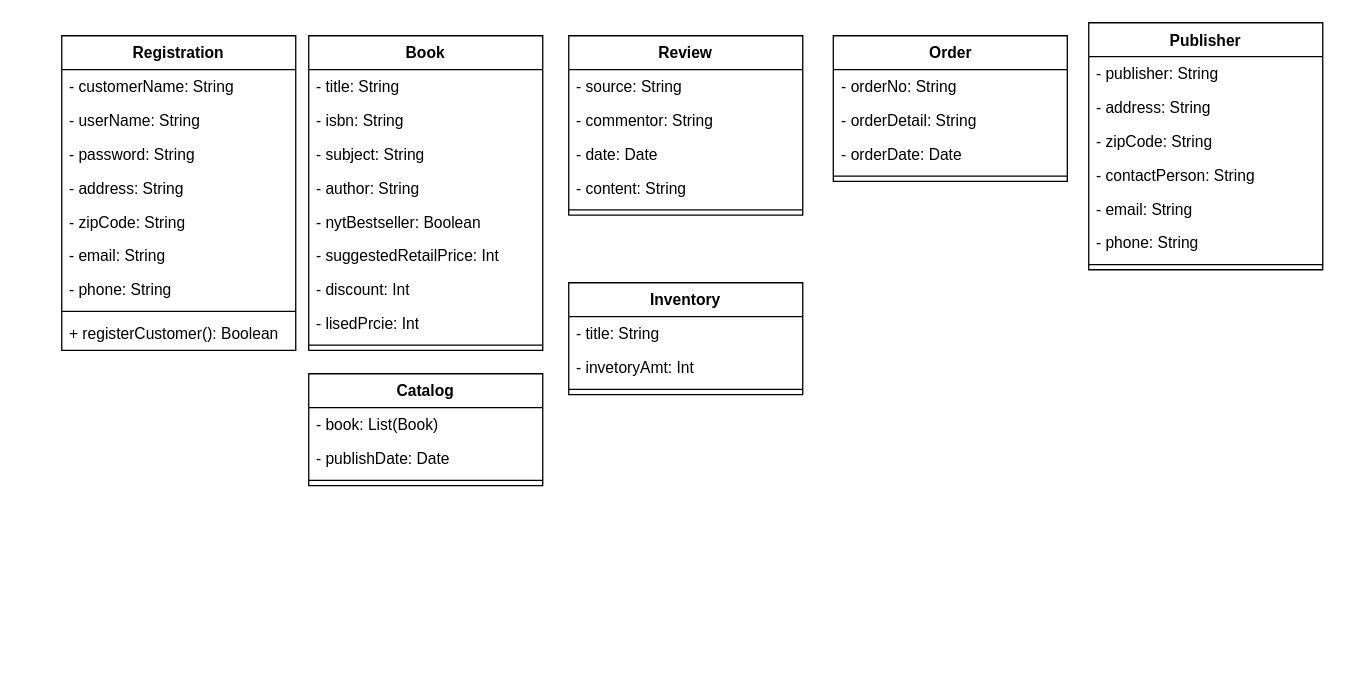
Earlier version of the draw.io diagram Project_Class.drawio (LarryChenCode/IS7020_diagrams). Source tidied: cells renumbered, new cells numbered last; positions are measured from the earlier drawing's top-left corner, leaving out a move shared by most shapes. Both pictures are drawn from the tidied source at 130%, with x=0, y=0 at pixel (61, 22).
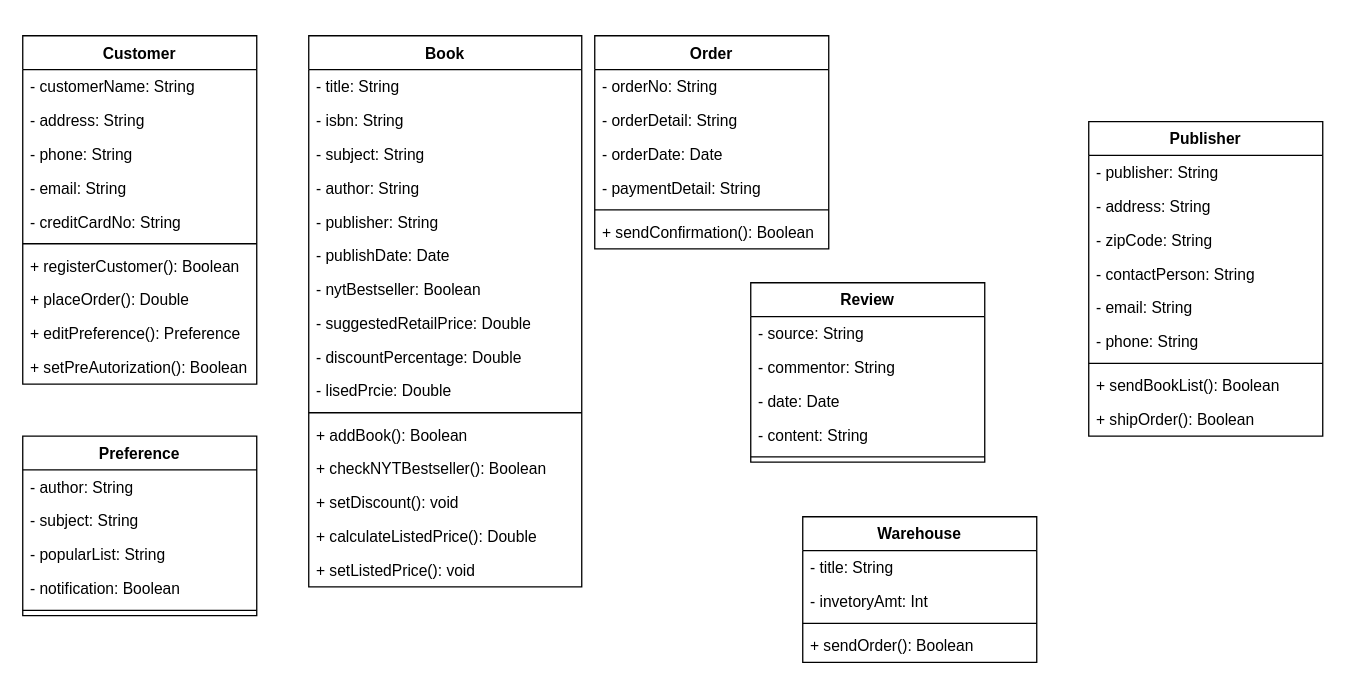
The same diagram, later.

Diff of the diagram source:
```diff
@@
     <mxCell id="2" value="Book" style="swimlane;fontStyle=1;align=center;verticalAlign=top;horizontal=1;startSize=26;whiteSpace=wrap;html=1;" parent="1" vertex="1">
-      <mxGeometry x="190" y="10" width="180" height="242" as="geometry" />
+      <mxGeometry x="190" y="10" width="210" height="424" as="geometry" />
     </mxCell>
     <mxCell id="3" value="- title: String" style="text;strokeColor=none;fillColor=none;align=left;verticalAlign=top;spacingLeft=4;spacingRight=4;overflow=hidden;whiteSpace=wrap;html=1;" parent="2" vertex="1">
-      <mxGeometry y="26" width="180" height="26" as="geometry" />
+      <mxGeometry y="26" width="210" height="26" as="geometry" />
     </mxCell>
     <mxCell id="4" value="- isbn: String" style="text;strokeColor=none;fillColor=none;align=left;verticalAlign=top;spacingLeft=4;spacingRight=4;overflow=hidden;whiteSpace=wrap;html=1;" parent="2" vertex="1">
-      <mxGeometry y="52" width="180" height="26" as="geometry" />
+      <mxGeometry y="52" width="210" height="26" as="geometry" />
     </mxCell>
     <mxCell id="5" value="- subject: String" style="text;strokeColor=none;fillColor=none;align=left;verticalAlign=top;spacingLeft=4;spacingRight=4;overflow=hidden;whiteSpace=wrap;html=1;" parent="2" vertex="1">
-      <mxGeometry y="78" width="180" height="26" as="geometry" />
+      <mxGeometry y="78" width="210" height="26" as="geometry" />
     </mxCell>
     <mxCell id="6" value="- author: String" style="text;strokeColor=none;fillColor=none;align=left;verticalAlign=top;spacingLeft=4;spacingRight=4;overflow=hidden;whiteSpace=wrap;html=1;" parent="2" vertex="1">
-      <mxGeometry y="104" width="180" height="26" as="geometry" />
+      <mxGeometry y="104" width="210" height="26" as="geometry" />
     </mxCell>
+    <mxCell id="49" value="- publisher: String" style="text;strokeColor=none;fillColor=none;align=left;verticalAlign=top;spacingLeft=4;spacingRight=4;overflow=hidden;whiteSpace=wrap;html=1;" parent="2" vertex="1">
+      <mxGeometry y="130" width="210" height="26" as="geometry" />
+    </mxCell>
+    <mxCell id="43" value="- publishDate: Date" style="text;strokeColor=none;fillColor=none;align=left;verticalAlign=top;spacingLeft=4;spacingRight=4;overflow=hidden;whiteSpace=wrap;html=1;" parent="2" vertex="1">
+      <mxGeometry y="156" width="210" height="26" as="geometry" />
+    </mxCell>
     <mxCell id="7" value="- nytBestseller: Boolean" style="text;strokeColor=none;fillColor=none;align=left;verticalAlign=top;spacingLeft=4;spacingRight=4;overflow=hidden;whiteSpace=wrap;html=1;" parent="2" vertex="1">
-      <mxGeometry y="130" width="180" height="26" as="geometry" />
+      <mxGeometry y="182" width="210" height="26" as="geometry" />
     </mxCell>
-    <mxCell id="8" value="- suggestedRetailPrice: Int" style="text;strokeColor=none;fillColor=none;align=left;verticalAlign=top;spacingLeft=4;spacingRight=4;overflow=hidden;whiteSpace=wrap;html=1;" parent="2" vertex="1">
-      <mxGeometry y="156" width="180" height="26" as="geometry" />
+    <mxCell id="8" value="- suggestedRetailPrice: Double" style="text;strokeColor=none;fillColor=none;align=left;verticalAlign=top;spacingLeft=4;spacingRight=4;overflow=hidden;whiteSpace=wrap;html=1;" parent="2" vertex="1">
+      <mxGeometry y="208" width="210" height="26" as="geometry" />
     </mxCell>
-    <mxCell id="9" value="- discount: Int" style="text;strokeColor=none;fillColor=none;align=left;verticalAlign=top;spacingLeft=4;spacingRight=4;overflow=hidden;whiteSpace=wrap;html=1;" parent="2" vertex="1">
-      <mxGeometry y="182" width="180" height="26" as="geometry" />
+    <mxCell id="9" value="- discountPercentage: Double" style="text;strokeColor=none;fillColor=none;align=left;verticalAlign=top;spacingLeft=4;spacingRight=4;overflow=hidden;whiteSpace=wrap;html=1;" parent="2" vertex="1">
+      <mxGeometry y="234" width="210" height="26" as="geometry" />
     </mxCell>
-    <mxCell id="10" value="- lisedPrcie: Int" style="text;strokeColor=none;fillColor=none;align=left;verticalAlign=top;spacingLeft=4;spacingRight=4;overflow=hidden;whiteSpace=wrap;html=1;" parent="2" vertex="1">
-      <mxGeometry y="208" width="180" height="26" as="geometry" />
+    <mxCell id="10" value="- lisedPrcie: Double" style="text;strokeColor=none;fillColor=none;align=left;verticalAlign=top;spacingLeft=4;spacingRight=4;overflow=hidden;whiteSpace=wrap;html=1;" parent="2" vertex="1">
+      <mxGeometry y="260" width="210" height="26" as="geometry" />
     </mxCell>
     <mxCell id="11" style="line;strokeWidth=1;fillColor=none;align=left;verticalAlign=middle;spacingTop=-1;spacingLeft=3;spacingRight=3;labelPosition=right;strokeColor=inherit;" parent="2" vertex="1">
-      <mxGeometry y="234" width="180" height="8" as="geometry" />
+      <mxGeometry y="286" width="210" height="8" as="geometry" />
     </mxCell>
+    <mxCell id="50" value="+ addBook(): Boolean" style="text;strokeColor=none;fillColor=none;align=left;verticalAlign=top;spacingLeft=4;spacingRight=4;overflow=hidden;whiteSpace=wrap;html=1;" parent="2" vertex="1">
+      <mxGeometry y="294" width="210" height="26" as="geometry" />
+    </mxCell>
+    <mxCell id="51" value="+ checkNYTBestseller(): Boolean" style="text;strokeColor=none;fillColor=none;align=left;verticalAlign=top;spacingLeft=4;spacingRight=4;overflow=hidden;whiteSpace=wrap;html=1;" parent="2" vertex="1">
+      <mxGeometry y="320" width="210" height="26" as="geometry" />
+    </mxCell>
+    <mxCell id="52" value="+ setDiscount(): void" style="text;strokeColor=none;fillColor=none;align=left;verticalAlign=top;spacingLeft=4;spacingRight=4;overflow=hidden;whiteSpace=wrap;html=1;" parent="2" vertex="1">
+      <mxGeometry y="346" width="210" height="26" as="geometry" />
+    </mxCell>
+    <mxCell id="53" value="+ calculateListedPrice(): Double" style="text;strokeColor=none;fillColor=none;align=left;verticalAlign=top;spacingLeft=4;spacingRight=4;overflow=hidden;whiteSpace=wrap;html=1;" parent="2" vertex="1">
+      <mxGeometry y="372" width="210" height="26" as="geometry" />
+    </mxCell>
+    <mxCell id="54" value="+ setListedPrice(): void" style="text;strokeColor=none;fillColor=none;align=left;verticalAlign=top;spacingLeft=4;spacingRight=4;overflow=hidden;whiteSpace=wrap;html=1;" parent="2" vertex="1">
+      <mxGeometry y="398" width="210" height="26" as="geometry" />
+    </mxCell>
-    <mxCell id="12" value="Registration" style="swimlane;fontStyle=1;align=center;verticalAlign=top;horizontal=1;startSize=26;whiteSpace=wrap;html=1;" parent="1" vertex="1">
-      <mxGeometry y="10" width="180" height="242" as="geometry" />
+    <mxCell id="12" value="Customer" style="swimlane;fontStyle=1;align=center;verticalAlign=top;horizontal=1;startSize=26;whiteSpace=wrap;html=1;" parent="1" vertex="1">
+      <mxGeometry x="-30" y="10" width="180" height="268" as="geometry" />
     </mxCell>
@@
+    <mxCell id="16" value="- address: String" style="text;strokeColor=none;fillColor=none;align=left;verticalAlign=top;spacingLeft=4;spacingRight=4;overflow=hidden;whiteSpace=wrap;html=1;" parent="12" vertex="1">
+      <mxGeometry y="52" width="180" height="26" as="geometry" />
+    </mxCell>
+    <mxCell id="19" value="- phone: String" style="text;strokeColor=none;fillColor=none;align=left;verticalAlign=top;spacingLeft=4;spacingRight=4;overflow=hidden;whiteSpace=wrap;html=1;" parent="12" vertex="1">
+      <mxGeometry y="78" width="180" height="26" as="geometry" />
+    </mxCell>
+    <mxCell id="18" value="- email: String" style="text;strokeColor=none;fillColor=none;align=left;verticalAlign=top;spacingLeft=4;spacingRight=4;overflow=hidden;whiteSpace=wrap;html=1;" parent="12" vertex="1">
+      <mxGeometry y="104" width="180" height="26" as="geometry" />
+    </mxCell>
-    <mxCell id="14" value="- userName: String" style="text;strokeColor=none;fillColor=none;align=left;verticalAlign=top;spacingLeft=4;spacingRight=4;overflow=hidden;whiteSpace=wrap;html=1;" parent="12" vertex="1">
-      <mxGeometry y="52" width="180" height="26" as="geometry" />
+    <mxCell id="14" value="- creditCardNo: String" style="text;strokeColor=none;fillColor=none;align=left;verticalAlign=top;spacingLeft=4;spacingRight=4;overflow=hidden;whiteSpace=wrap;html=1;" parent="12" vertex="1">
+      <mxGeometry y="130" width="180" height="26" as="geometry" />
     </mxCell>
-    <mxCell id="15" value="- password: String" style="text;strokeColor=none;fillColor=none;align=left;verticalAlign=top;spacingLeft=4;spacingRight=4;overflow=hidden;whiteSpace=wrap;html=1;" parent="12" vertex="1">
-      <mxGeometry y="78" width="180" height="26" as="geometry" />
-    </mxCell>
-    <mxCell id="16" value="- address: String" style="text;strokeColor=none;fillColor=none;align=left;verticalAlign=top;spacingLeft=4;spacingRight=4;overflow=hidden;whiteSpace=wrap;html=1;" parent="12" vertex="1">
-      <mxGeometry y="104" width="180" height="26" as="geometry" />
-    </mxCell>
-    <mxCell id="17" value="- zipCode: String" style="text;strokeColor=none;fillColor=none;align=left;verticalAlign=top;spacingLeft=4;spacingRight=4;overflow=hidden;whiteSpace=wrap;html=1;" parent="12" vertex="1">
-      <mxGeometry y="130" width="180" height="26" as="geometry" />
-    </mxCell>
-    <mxCell id="18" value="- email: String" style="text;strokeColor=none;fillColor=none;align=left;verticalAlign=top;spacingLeft=4;spacingRight=4;overflow=hidden;whiteSpace=wrap;html=1;" parent="12" vertex="1">
-      <mxGeometry y="156" width="180" height="26" as="geometry" />
-    </mxCell>
-    <mxCell id="19" value="- phone: String" style="text;strokeColor=none;fillColor=none;align=left;verticalAlign=top;spacingLeft=4;spacingRight=4;overflow=hidden;whiteSpace=wrap;html=1;" parent="12" vertex="1">
-      <mxGeometry y="182" width="180" height="26" as="geometry" />
-    </mxCell>
     <mxCell id="20" style="line;strokeWidth=1;fillColor=none;align=left;verticalAlign=middle;spacingTop=-1;spacingLeft=3;spacingRight=3;labelPosition=right;strokeColor=inherit;" parent="12" vertex="1">
-      <mxGeometry y="208" width="180" height="8" as="geometry" />
+      <mxGeometry y="156" width="180" height="8" as="geometry" />
     </mxCell>
     <mxCell id="21" value="+ registerCustomer(): Boolean" style="text;strokeColor=none;fillColor=none;align=left;verticalAlign=top;spacingLeft=4;spacingRight=4;overflow=hidden;whiteSpace=wrap;html=1;" parent="12" vertex="1">
-      <mxGeometry y="216" width="180" height="26" as="geometry" />
+      <mxGeometry y="164" width="180" height="26" as="geometry" />
     </mxCell>
+    <mxCell id="55" value="+ placeOrder(): Double" style="text;strokeColor=none;fillColor=none;align=left;verticalAlign=top;spacingLeft=4;spacingRight=4;overflow=hidden;whiteSpace=wrap;html=1;" parent="12" vertex="1">
+      <mxGeometry y="190" width="180" height="26" as="geometry" />
+    </mxCell>
+    <mxCell id="56" value="+ editPreference(): Preference" style="text;strokeColor=none;fillColor=none;align=left;verticalAlign=top;spacingLeft=4;spacingRight=4;overflow=hidden;whiteSpace=wrap;html=1;" parent="12" vertex="1">
+      <mxGeometry y="216" width="180" height="26" as="geometry" />
+    </mxCell>
+    <mxCell id="57" value="+ setPreAutorization(): Boolean" style="text;strokeColor=none;fillColor=none;align=left;verticalAlign=top;spacingLeft=4;spacingRight=4;overflow=hidden;whiteSpace=wrap;html=1;" parent="12" vertex="1">
+      <mxGeometry y="242" width="180" height="26" as="geometry" />
+    </mxCell>
     <mxCell id="22" value="Order" style="swimlane;fontStyle=1;align=center;verticalAlign=top;horizontal=1;startSize=26;whiteSpace=wrap;html=1;" parent="1" vertex="1">
-      <mxGeometry x="593.5" y="10" width="180" height="112" as="geometry" />
+      <mxGeometry x="410" y="10" width="180" height="164" as="geometry" />
     </mxCell>
@@
+    <mxCell id="58" value="- paymentDetail: String" style="text;strokeColor=none;fillColor=none;align=left;verticalAlign=top;spacingLeft=4;spacingRight=4;overflow=hidden;whiteSpace=wrap;html=1;" parent="22" vertex="1">
+      <mxGeometry y="104" width="180" height="26" as="geometry" />
+    </mxCell>
     <mxCell id="26" style="line;strokeWidth=1;fillColor=none;align=left;verticalAlign=middle;spacingTop=-1;spacingLeft=3;spacingRight=3;labelPosition=right;strokeColor=inherit;" parent="22" vertex="1">
-      <mxGeometry y="104" width="180" height="8" as="geometry" />
+      <mxGeometry y="130" width="180" height="8" as="geometry" />
     </mxCell>
+    <mxCell id="59" value="+ sendConfirmation(): Boolean" style="text;strokeColor=none;fillColor=none;align=left;verticalAlign=top;spacingLeft=4;spacingRight=4;overflow=hidden;whiteSpace=wrap;html=1;" parent="22" vertex="1">
+      <mxGeometry y="138" width="180" height="26" as="geometry" />
+    </mxCell>
     <mxCell id="27" value="Review" style="swimlane;fontStyle=1;align=center;verticalAlign=top;horizontal=1;startSize=26;whiteSpace=wrap;html=1;" parent="1" vertex="1">
-      <mxGeometry x="390" y="10" width="180" height="138" as="geometry" />
+      <mxGeometry x="530" y="200" width="180" height="138" as="geometry" />
     </mxCell>
@@
     <mxCell id="33" value="Publisher" style="swimlane;fontStyle=1;align=center;verticalAlign=top;horizontal=1;startSize=26;whiteSpace=wrap;html=1;" parent="1" vertex="1">
-      <mxGeometry x="790" width="180" height="190" as="geometry" />
+      <mxGeometry x="790" y="76" width="180" height="242" as="geometry" />
     </mxCell>
@@
-    <mxCell id="41" value="Catalog" style="swimlane;fontStyle=1;align=center;verticalAlign=top;horizontal=1;startSize=26;whiteSpace=wrap;html=1;" parent="1" vertex="1">
-      <mxGeometry x="190" y="270" width="180" height="86" as="geometry" />
-    </mxCell>
-    <mxCell id="42" value="- book: List(Book)" style="text;strokeColor=none;fillColor=none;align=left;verticalAlign=top;spacingLeft=4;spacingRight=4;overflow=hidden;whiteSpace=wrap;html=1;" parent="41" vertex="1">
-      <mxGeometry y="26" width="180" height="26" as="geometry" />
-    </mxCell>
-    <mxCell id="43" value="- publishDate: Date" style="text;strokeColor=none;fillColor=none;align=left;verticalAlign=top;spacingLeft=4;spacingRight=4;overflow=hidden;whiteSpace=wrap;html=1;" parent="41" vertex="1">
-      <mxGeometry y="52" width="180" height="26" as="geometry" />
-    </mxCell>
-    <mxCell id="44" style="line;strokeWidth=1;fillColor=none;align=left;verticalAlign=middle;spacingTop=-1;spacingLeft=3;spacingRight=3;labelPosition=right;strokeColor=inherit;" parent="41" vertex="1">
-      <mxGeometry y="78" width="180" height="8" as="geometry" />
-    </mxCell>
+    <mxCell id="60" value="+ sendBookList(): Boolean" style="text;strokeColor=none;fillColor=none;align=left;verticalAlign=top;spacingLeft=4;spacingRight=4;overflow=hidden;whiteSpace=wrap;html=1;" parent="33" vertex="1">
+      <mxGeometry y="190" width="180" height="26" as="geometry" />
+    </mxCell>
+    <mxCell id="61" value="+ shipOrder(): Boolean" style="text;strokeColor=none;fillColor=none;align=left;verticalAlign=top;spacingLeft=4;spacingRight=4;overflow=hidden;whiteSpace=wrap;html=1;" parent="33" vertex="1">
+      <mxGeometry y="216" width="180" height="26" as="geometry" />
+    </mxCell>
-    <mxCell id="45" value="Inventory" style="swimlane;fontStyle=1;align=center;verticalAlign=top;horizontal=1;startSize=26;whiteSpace=wrap;html=1;" parent="1" vertex="1">
-      <mxGeometry x="390" y="200" width="180" height="86" as="geometry" />
+    <mxCell id="45" value="Warehouse" style="swimlane;fontStyle=1;align=center;verticalAlign=top;horizontal=1;startSize=26;whiteSpace=wrap;html=1;" parent="1" vertex="1">
+      <mxGeometry x="570" y="380" width="180" height="112" as="geometry" />
     </mxCell>
@@
+    <mxCell id="62" value="+ sendOrder(): Boolean" style="text;strokeColor=none;fillColor=none;align=left;verticalAlign=top;spacingLeft=4;spacingRight=4;overflow=hidden;whiteSpace=wrap;html=1;" parent="45" vertex="1">
+      <mxGeometry y="86" width="180" height="26" as="geometry" />
+    </mxCell>
+    <mxCell id="63" value="Preference" style="swimlane;fontStyle=1;align=center;verticalAlign=top;horizontal=1;startSize=26;whiteSpace=wrap;html=1;" parent="1" vertex="1">
+      <mxGeometry x="-30" y="318" width="180" height="138" as="geometry" />
+    </mxCell>
+    <mxCell id="64" value="- author: String" style="text;strokeColor=none;fillColor=none;align=left;verticalAlign=top;spacingLeft=4;spacingRight=4;overflow=hidden;whiteSpace=wrap;html=1;" parent="63" vertex="1">
+      <mxGeometry y="26" width="180" height="26" as="geometry" />
+    </mxCell>
+    <mxCell id="65" value="- subject: String" style="text;strokeColor=none;fillColor=none;align=left;verticalAlign=top;spacingLeft=4;spacingRight=4;overflow=hidden;whiteSpace=wrap;html=1;" parent="63" vertex="1">
+      <mxGeometry y="52" width="180" height="26" as="geometry" />
+    </mxCell>
+    <mxCell id="66" value="- popularList: String" style="text;strokeColor=none;fillColor=none;align=left;verticalAlign=top;spacingLeft=4;spacingRight=4;overflow=hidden;whiteSpace=wrap;html=1;" parent="63" vertex="1">
+      <mxGeometry y="78" width="180" height="26" as="geometry" />
+    </mxCell>
+    <mxCell id="67" value="- notification: Boolean" style="text;strokeColor=none;fillColor=none;align=left;verticalAlign=top;spacingLeft=4;spacingRight=4;overflow=hidden;whiteSpace=wrap;html=1;" parent="63" vertex="1">
+      <mxGeometry y="104" width="180" height="26" as="geometry" />
+    </mxCell>
+    <mxCell id="68" style="line;strokeWidth=1;fillColor=none;align=left;verticalAlign=middle;spacingTop=-1;spacingLeft=3;spacingRight=3;labelPosition=right;strokeColor=inherit;" parent="63" vertex="1">
+      <mxGeometry y="130" width="180" height="8" as="geometry" />
+    </mxCell>
```
